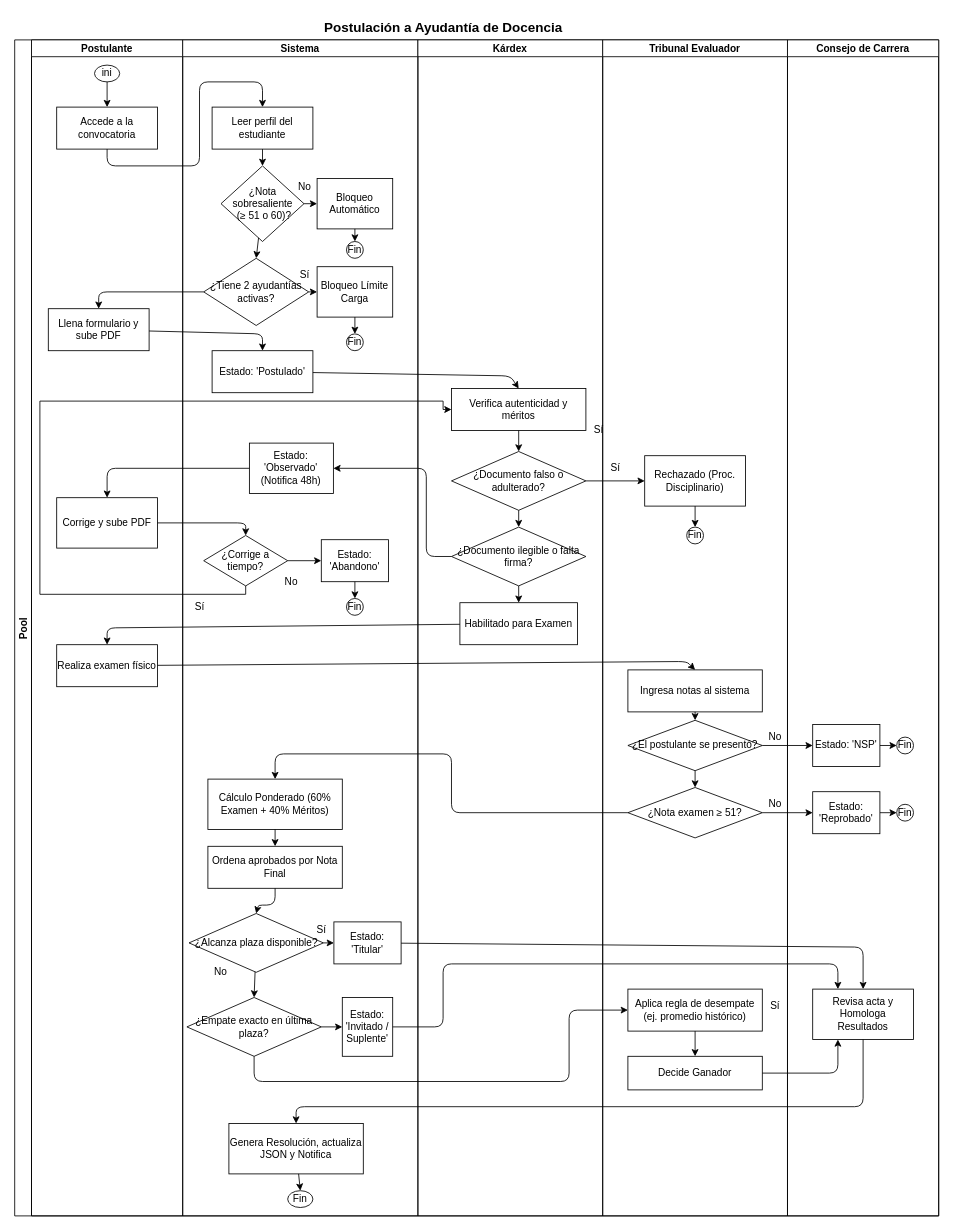
Before: 01_Tramites_UMSA/postulacion_a_ayudantia_de_docencia/dc_postulacion_a_ayudantia_de_docencia.drawio in as7haro7/multimedia_grupal, a draw.io diagram. Source tidied: cells renumbered, new cells numbered last; positions are measured from the earlier drawing's top-left corner, leaving out a move shared by most shapes. Both pictures are drawn from the tidied source at 84%, with x=0, y=0 at pixel (14, 14).
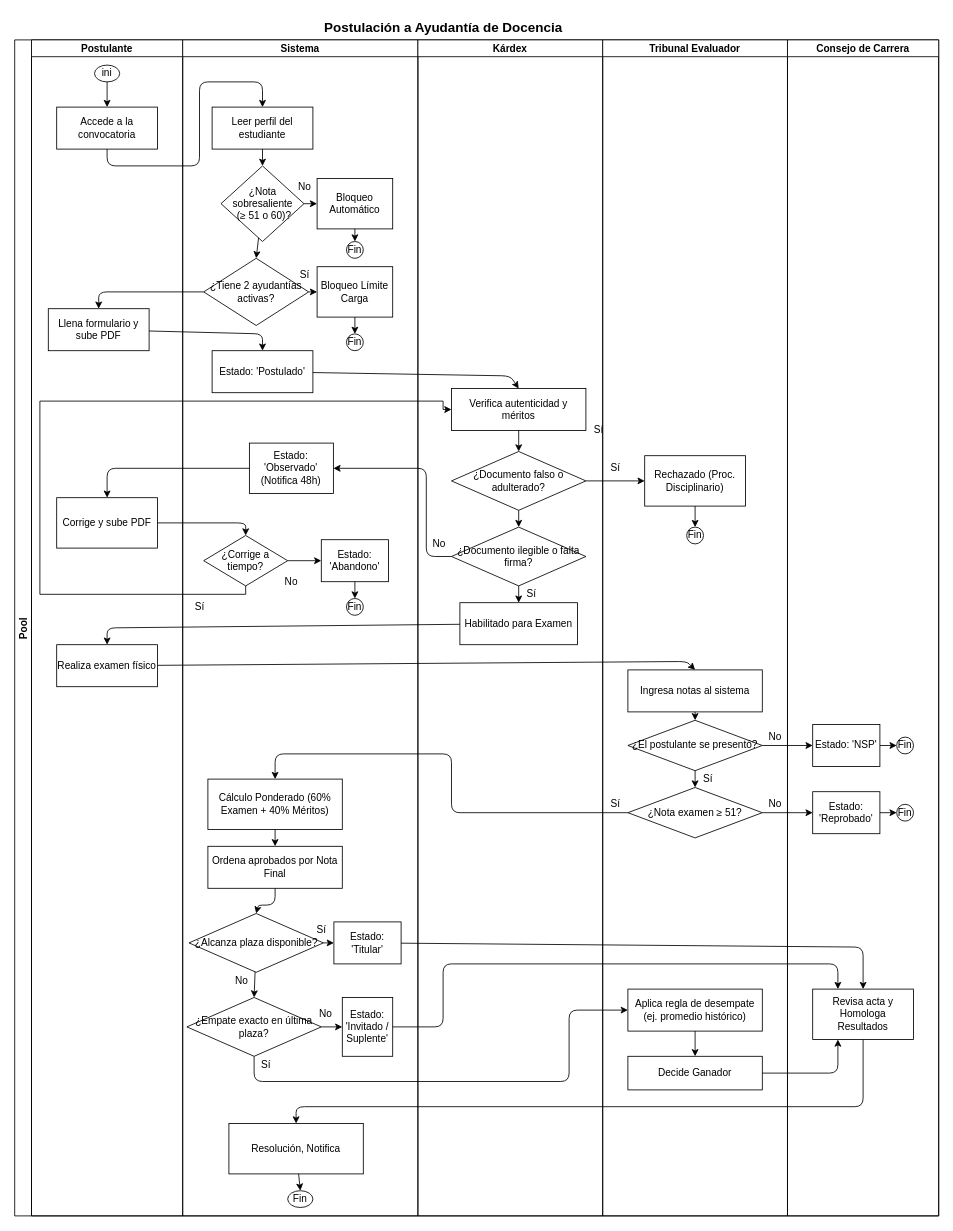
After the change.

Unchanged cells that the change refers to:
```xml
<mxCell id="10" value="Sistema" style="swimlane;startSize=20;" parent="2" vertex="1">
  <mxGeometry x="200" width="280" height="1400" as="geometry" />
</mxCell>
<mxCell id="52" value="Kárdex" style="swimlane;startSize=20;" parent="2" vertex="1">
  <mxGeometry x="480" width="220" height="1400" as="geometry" />
</mxCell>
<mxCell id="61" value="Tribunal Evaluador" style="swimlane;startSize=20;" parent="2" vertex="1">
  <mxGeometry x="700" width="220" height="1400" as="geometry" />
</mxCell>
```

The edit, as a diff of the source:
```diff
@@
     <mxCell id="46" value="No" style="text;html=1;align=center;verticalAlign=middle;strokeColor=none;fillColor=none;" parent="10" vertex="1">
-      <mxGeometry x="30" y="1100" width="30" height="20" as="geometry" />
+      <mxGeometry x="55" y="1110" width="30" height="20" as="geometry" />
     </mxCell>
@@
-    <mxCell id="49" value="Genera Resolución, actualiza JSON y Notifica" style="rounded=0;whiteSpace=wrap;html=1;shadow=0;glass=0;sketch=0;" parent="10" vertex="1">
+    <mxCell id="49" value="Resolución, Notifica" style="rounded=0;whiteSpace=wrap;html=1;shadow=0;glass=0;sketch=0;" parent="10" vertex="1">
       <mxGeometry x="55" y="1290" width="160" height="60" as="geometry" />
     </mxCell>
@@
+    <mxCell id="104" value="Sí" style="text;html=1;align=center;verticalAlign=middle;strokeColor=none;fillColor=none;" parent="10" vertex="1">
+      <mxGeometry x="84.4" y="1210" width="30" height="20" as="geometry" />
+    </mxCell>
+    <mxCell id="105" value="No" style="text;html=1;align=center;verticalAlign=middle;strokeColor=none;fillColor=none;" parent="10" vertex="1">
+      <mxGeometry x="155" y="1150" width="30" height="20" as="geometry" />
+    </mxCell>
@@
+    <mxCell id="106" value="No" style="text;html=1;align=center;verticalAlign=middle;strokeColor=none;fillColor=none;" parent="52" vertex="1">
+      <mxGeometry x="10" y="590" width="30" height="20" as="geometry" />
+    </mxCell>
+    <mxCell id="107" value="Sí" style="text;html=1;align=center;verticalAlign=middle;strokeColor=none;fillColor=none;" parent="52" vertex="1">
+      <mxGeometry x="120" y="650" width="30" height="20" as="geometry" />
+    </mxCell>
@@
-    <mxCell id="70" value="Sí" style="text;html=1;align=center;verticalAlign=middle;strokeColor=none;fillColor=none;" parent="61" vertex="1">
-      <mxGeometry x="190" y="1140" width="30" height="20" as="geometry" />
-    </mxCell>
@@
+    <mxCell id="108" value="Sí" style="text;html=1;align=center;verticalAlign=middle;strokeColor=none;fillColor=none;" parent="61" vertex="1">
+      <mxGeometry x="110" y="870" width="30" height="20" as="geometry" />
+    </mxCell>
+    <mxCell id="109" value="Sí" style="text;html=1;align=center;verticalAlign=middle;strokeColor=none;fillColor=none;" parent="61" vertex="1">
+      <mxGeometry y="900" width="30" height="20" as="geometry" />
+    </mxCell>
```
